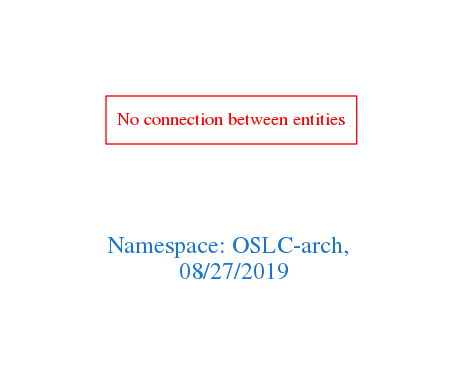
Before: downloads/OSLC-arch.png, a diagram exported from Graphviz (arago/OGIT). Its source is kept beside it as downloads/OSLC-arch.dot.
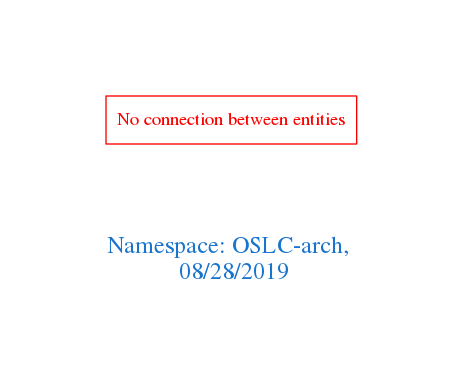
The same diagram one commit later.

The edit, as a diff of the source:
```diff
@@ -1,7 +1,7 @@
 digraph OGIT_ontology {
  graph [ rankdir= LR,pad=1
 fontsize = 18,
-fontcolor= dodgerblue3,label = "\n\n\nNamespace: OSLC-arch, \n 08/27/2019"];
+fontcolor= dodgerblue3,label = "\n\n\nNamespace: OSLC-arch, \n 08/28/2019"];
 node[shape=polygon];
 edge [  color="gray81"];
 
```
